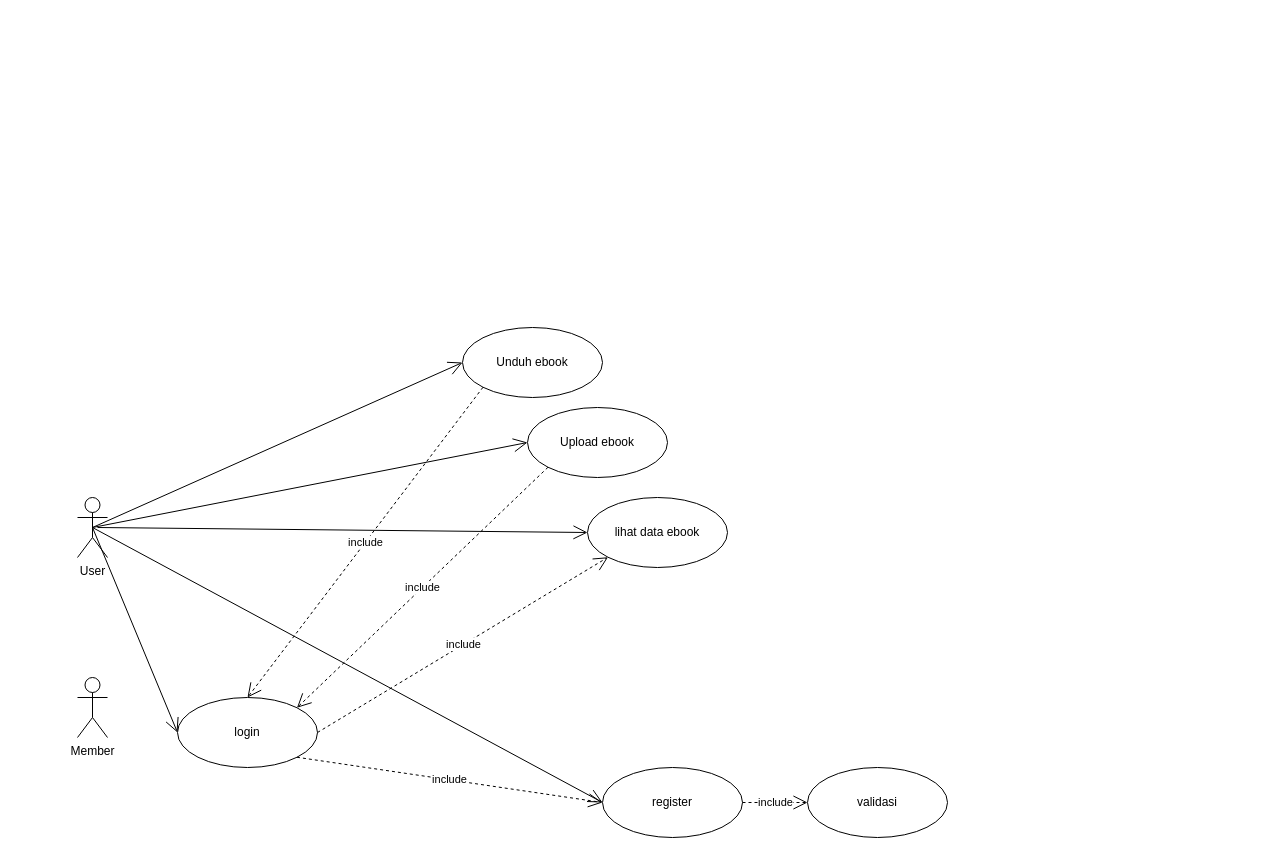
zaenal-abidin-syah/diagram keeps this draw.io diagram as Use Case ebshare.drawio. Above is the earlier version. Source tidied: cells renumbered, new cells numbered last; positions are measured from the earlier drawing's top-left corner, leaving out a move shared by most shapes. Both pictures are drawn from the tidied source at 100%, with x=0, y=0 at pixel (77, 327).
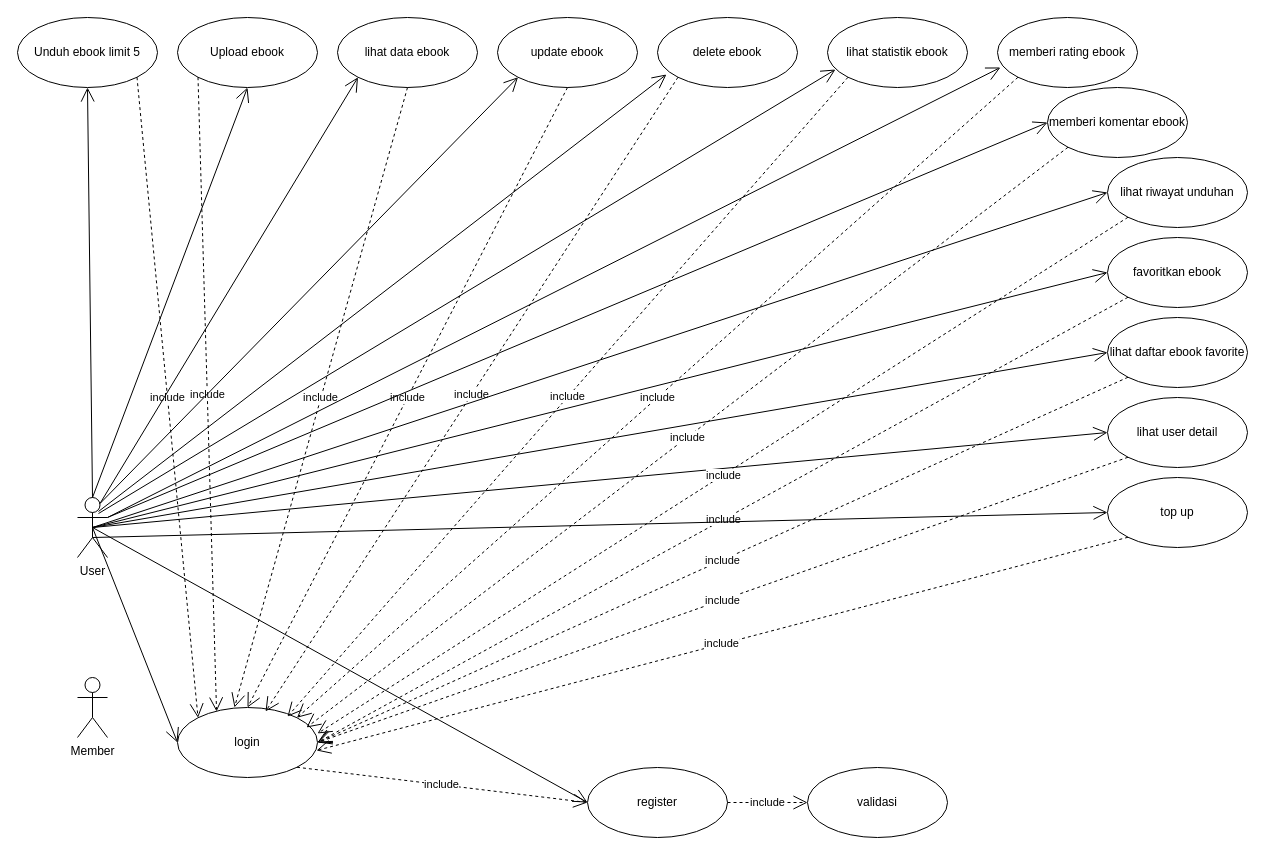
The same diagram, later.

Unchanged cells that the change refers to:
```xml
<mxCell id="2" value="User" style="shape=umlActor;verticalLabelPosition=bottom;verticalAlign=top;html=1;" parent="1" vertex="1">
  <mxGeometry y="170" width="30" height="60" as="geometry" />
</mxCell>
```

Change to the diagram source:
```diff
@@
-    <mxCell id="3" value="Unduh ebook" style="ellipse;whiteSpace=wrap;html=1;" parent="1" vertex="1">
-      <mxGeometry x="385" width="140" height="70" as="geometry" />
+    <mxCell id="3" value="Unduh ebook limit 5" style="ellipse;whiteSpace=wrap;html=1;" parent="1" vertex="1">
+      <mxGeometry x="-60" y="-310" width="140" height="70" as="geometry" />
     </mxCell>
     <mxCell id="4" value="Upload&lt;span style=&quot;background-color: initial;&quot;&gt;&amp;nbsp;ebook&lt;/span&gt;" style="ellipse;whiteSpace=wrap;html=1;" parent="1" vertex="1">
-      <mxGeometry x="450" y="80" width="140" height="70" as="geometry" />
+      <mxGeometry x="100" y="-310" width="140" height="70" as="geometry" />
     </mxCell>
@@
     <mxCell id="6" value="login" style="ellipse;whiteSpace=wrap;html=1;" parent="1" vertex="1">
-      <mxGeometry x="100" y="370" width="140" height="70" as="geometry" />
+      <mxGeometry x="100" y="380" width="140" height="70" as="geometry" />
     </mxCell>
-    <mxCell id="7" style="endArrow=open;endFill=1;endSize=12;html=1;rounded=0;exitX=0.5;exitY=0.5;exitDx=0;exitDy=0;exitPerimeter=0;entryX=0;entryY=0.5;entryDx=0;entryDy=0;" parent="1" edge="1" source="2" target="3">
+    <mxCell id="7" style="endArrow=open;endFill=1;endSize=12;html=1;rounded=0;exitX=0.5;exitY=0;exitDx=0;exitDy=0;exitPerimeter=0;entryX=0.5;entryY=1;entryDx=0;entryDy=0;" parent="1" edge="1" source="2" target="3">
       <mxGeometry relative="1" as="geometry" />
     </mxCell>
     <mxCell id="8" value="register" style="ellipse;whiteSpace=wrap;html=1;" parent="1" vertex="1">
-      <mxGeometry x="525" y="440" width="140" height="70" as="geometry" />
+      <mxGeometry x="510" y="440" width="140" height="70" as="geometry" />
     </mxCell>
@@
-    <mxCell id="11" value="include" style="endArrow=open;endSize=12;dashed=1;html=1;rounded=0;exitX=0;exitY=1;exitDx=0;exitDy=0;entryX=0.5;entryY=0;entryDx=0;entryDy=0;" parent="1" edge="1" source="3" target="6">
+    <mxCell id="11" value="include" style="endArrow=open;endSize=12;dashed=1;html=1;rounded=0;exitX=1;exitY=1;exitDx=0;exitDy=0;entryX=0;entryY=0;entryDx=0;entryDy=0;" parent="1" edge="1" source="3" target="6">
       <mxGeometry relative="1" as="geometry" />
     </mxCell>
-    <mxCell id="12" style="endArrow=open;endFill=1;endSize=12;html=1;rounded=0;exitX=0.5;exitY=0.5;exitDx=0;exitDy=0;exitPerimeter=0;entryX=0;entryY=0.5;entryDx=0;entryDy=0;" parent="1" edge="1" source="2" target="4">
+    <mxCell id="12" style="endArrow=open;endFill=1;endSize=12;html=1;rounded=0;exitX=0.5;exitY=0;exitDx=0;exitDy=0;exitPerimeter=0;entryX=0.5;entryY=1;entryDx=0;entryDy=0;" parent="1" edge="1" source="2" target="4">
       <mxGeometry relative="1" as="geometry" />
     </mxCell>
-    <mxCell id="13" value="include" style="endArrow=open;endSize=12;dashed=1;html=1;rounded=0;exitX=0;exitY=1;exitDx=0;exitDy=0;entryX=1;entryY=0;entryDx=0;entryDy=0;" parent="1" edge="1" source="4" target="6">
+    <mxCell id="13" value="include" style="endArrow=open;endSize=12;dashed=1;html=1;rounded=0;exitX=0;exitY=1;exitDx=0;exitDy=0;entryX=0.279;entryY=0.057;entryDx=0;entryDy=0;entryPerimeter=0;" parent="1" edge="1" source="4" target="6">
       <mxGeometry relative="1" as="geometry" />
     </mxCell>
@@
     <mxCell id="17" value="lihat data ebook" style="ellipse;whiteSpace=wrap;html=1;" parent="1" vertex="1">
-      <mxGeometry x="510" y="170" width="140" height="70" as="geometry" />
+      <mxGeometry x="260" y="-310" width="140" height="70" as="geometry" />
     </mxCell>
-    <mxCell id="18" style="endArrow=open;endFill=1;endSize=12;html=1;rounded=0;entryX=0;entryY=0.5;entryDx=0;entryDy=0;" parent="1" edge="1" target="17">
-      <mxGeometry relative="1" as="geometry">
-        <mxPoint x="20" y="200" as="sourcePoint" />
-      </mxGeometry>
+    <mxCell id="18" style="endArrow=open;endFill=1;endSize=12;html=1;rounded=0;entryX=0;entryY=1;entryDx=0;entryDy=0;exitX=0.75;exitY=0.1;exitDx=0;exitDy=0;exitPerimeter=0;" parent="1" edge="1" source="2" target="17">
+      <mxGeometry relative="1" as="geometry" />
     </mxCell>
-    <mxCell id="19" value="include" style="endArrow=open;endSize=12;dashed=1;html=1;rounded=0;exitX=1;exitY=0.5;exitDx=0;exitDy=0;entryX=0;entryY=1;entryDx=0;entryDy=0;" parent="1" edge="1" source="6" target="17">
+    <mxCell id="19" value="include" style="endArrow=open;endSize=12;dashed=1;html=1;rounded=0;exitX=0.5;exitY=1;exitDx=0;exitDy=0;entryX=0.407;entryY=0;entryDx=0;entryDy=0;entryPerimeter=0;" parent="1" edge="1" source="17" target="6">
       <mxGeometry relative="1" as="geometry" />
     </mxCell>
+    <mxCell id="20" value="lihat user detail" style="ellipse;whiteSpace=wrap;html=1;" parent="1" vertex="1">
+      <mxGeometry x="1030" y="70" width="140" height="70" as="geometry" />
+    </mxCell>
+    <mxCell id="21" style="endArrow=open;endFill=1;endSize=12;html=1;rounded=0;entryX=0;entryY=0.5;entryDx=0;entryDy=0;exitX=0.5;exitY=0.5;exitDx=0;exitDy=0;exitPerimeter=0;" parent="1" edge="1" source="2" target="20">
+      <mxGeometry relative="1" as="geometry" />
+    </mxCell>
+    <mxCell id="22" value="include" style="endArrow=open;endSize=12;dashed=1;html=1;rounded=0;exitX=0;exitY=1;exitDx=0;exitDy=0;entryX=1;entryY=0.5;entryDx=0;entryDy=0;" parent="1" edge="1" source="20" target="6">
+      <mxGeometry relative="1" as="geometry" />
+    </mxCell>
+    <mxCell id="23" value="update ebook" style="ellipse;whiteSpace=wrap;html=1;" parent="1" vertex="1">
+      <mxGeometry x="420" y="-310" width="140" height="70" as="geometry" />
+    </mxCell>
+    <mxCell id="24" style="endArrow=open;endFill=1;endSize=12;html=1;rounded=0;entryX=0;entryY=1;entryDx=0;entryDy=0;exitX=0.75;exitY=0.1;exitDx=0;exitDy=0;exitPerimeter=0;" parent="1" edge="1" source="2" target="23">
+      <mxGeometry relative="1" as="geometry" />
+    </mxCell>
+    <mxCell id="25" value="include" style="endArrow=open;endSize=12;dashed=1;html=1;rounded=0;exitX=0.5;exitY=1;exitDx=0;exitDy=0;entryX=0.5;entryY=0;entryDx=0;entryDy=0;" parent="1" edge="1" source="23" target="6">
+      <mxGeometry relative="1" as="geometry" />
+    </mxCell>
+    <mxCell id="26" value="delete ebook" style="ellipse;whiteSpace=wrap;html=1;" parent="1" vertex="1">
+      <mxGeometry x="580" y="-310" width="140" height="70" as="geometry" />
+    </mxCell>
+    <mxCell id="27" style="endArrow=open;endFill=1;endSize=12;html=1;rounded=0;entryX=0.064;entryY=0.814;entryDx=0;entryDy=0;exitX=0.7;exitY=0.233;exitDx=0;exitDy=0;exitPerimeter=0;entryPerimeter=0;" parent="1" edge="1" source="2" target="26">
+      <mxGeometry relative="1" as="geometry" />
+    </mxCell>
+    <mxCell id="28" value="include" style="endArrow=open;endSize=12;dashed=1;html=1;rounded=0;exitX=0;exitY=1;exitDx=0;exitDy=0;entryX=0.629;entryY=0.057;entryDx=0;entryDy=0;entryPerimeter=0;" parent="1" edge="1" source="26" target="6">
+      <mxGeometry relative="1" as="geometry" />
+    </mxCell>
+    <mxCell id="29" value="lihat statistik ebook" style="ellipse;whiteSpace=wrap;html=1;" parent="1" vertex="1">
+      <mxGeometry x="750" y="-310" width="140" height="70" as="geometry" />
+    </mxCell>
+    <mxCell id="30" style="endArrow=open;endFill=1;endSize=12;html=1;rounded=0;entryX=0.057;entryY=0.743;entryDx=0;entryDy=0;exitX=0.7;exitY=0.267;exitDx=0;exitDy=0;exitPerimeter=0;entryPerimeter=0;" parent="1" edge="1" source="2" target="29">
+      <mxGeometry relative="1" as="geometry" />
+    </mxCell>
+    <mxCell id="31" value="include" style="endArrow=open;endSize=12;dashed=1;html=1;rounded=0;exitX=0;exitY=1;exitDx=0;exitDy=0;entryX=0.786;entryY=0.129;entryDx=0;entryDy=0;entryPerimeter=0;" parent="1" edge="1" source="29" target="6">
+      <mxGeometry relative="1" as="geometry" />
+    </mxCell>
+    <mxCell id="32" value="memberi rating ebook" style="ellipse;whiteSpace=wrap;html=1;" parent="1" vertex="1">
+      <mxGeometry x="920" y="-310" width="140" height="70" as="geometry" />
+    </mxCell>
+    <mxCell id="33" style="endArrow=open;endFill=1;endSize=12;html=1;rounded=0;entryX=0.021;entryY=0.714;entryDx=0;entryDy=0;exitX=1;exitY=0.3333333333333333;exitDx=0;exitDy=0;exitPerimeter=0;entryPerimeter=0;" parent="1" edge="1" source="2" target="32">
+      <mxGeometry relative="1" as="geometry" />
+    </mxCell>
+    <mxCell id="34" value="include" style="endArrow=open;endSize=12;dashed=1;html=1;rounded=0;exitX=0;exitY=1;exitDx=0;exitDy=0;entryX=1;entryY=0;entryDx=0;entryDy=0;" parent="1" edge="1" source="32" target="6">
+      <mxGeometry relative="1" as="geometry" />
+    </mxCell>
+    <mxCell id="35" value="lihat riwayat unduhan" style="ellipse;whiteSpace=wrap;html=1;" parent="1" vertex="1">
+      <mxGeometry x="1030" y="-170" width="140" height="70" as="geometry" />
+    </mxCell>
+    <mxCell id="36" style="endArrow=open;endFill=1;endSize=12;html=1;rounded=0;entryX=0;entryY=0.5;entryDx=0;entryDy=0;exitX=0.5;exitY=0.5;exitDx=0;exitDy=0;exitPerimeter=0;" parent="1" edge="1" source="2" target="35">
+      <mxGeometry relative="1" as="geometry" />
+    </mxCell>
+    <mxCell id="37" value="include" style="endArrow=open;endSize=12;dashed=1;html=1;rounded=0;exitX=0;exitY=1;exitDx=0;exitDy=0;entryX=1;entryY=0.371;entryDx=0;entryDy=0;entryPerimeter=0;" parent="1" edge="1" source="35" target="6">
+      <mxGeometry relative="1" as="geometry" />
+    </mxCell>
+    <mxCell id="38" value="memberi komentar ebook" style="ellipse;whiteSpace=wrap;html=1;" parent="1" vertex="1">
+      <mxGeometry x="970" y="-240" width="140" height="70" as="geometry" />
+    </mxCell>
+    <mxCell id="39" style="endArrow=open;endFill=1;endSize=12;html=1;rounded=0;entryX=0;entryY=0.5;entryDx=0;entryDy=0;" parent="1" edge="1" target="38">
+      <mxGeometry relative="1" as="geometry">
+        <mxPoint x="30" y="190" as="sourcePoint" />
+      </mxGeometry>
+    </mxCell>
+    <mxCell id="40" value="include" style="endArrow=open;endSize=12;dashed=1;html=1;rounded=0;exitX=0;exitY=1;exitDx=0;exitDy=0;entryX=1;entryY=0;entryDx=0;entryDy=0;" parent="1" edge="1" source="38">
+      <mxGeometry relative="1" as="geometry">
+        <mxPoint x="229" y="400" as="targetPoint" />
+      </mxGeometry>
+    </mxCell>
+    <mxCell id="41" value="favoritkan ebook" style="ellipse;whiteSpace=wrap;html=1;" parent="1" vertex="1">
+      <mxGeometry x="1030" y="-90" width="140" height="70" as="geometry" />
+    </mxCell>
+    <mxCell id="42" style="endArrow=open;endFill=1;endSize=12;html=1;rounded=0;entryX=0;entryY=0.5;entryDx=0;entryDy=0;exitX=0.5;exitY=0.5;exitDx=0;exitDy=0;exitPerimeter=0;" parent="1" edge="1" source="2" target="41">
+      <mxGeometry relative="1" as="geometry" />
+    </mxCell>
+    <mxCell id="43" value="include" style="endArrow=open;endSize=12;dashed=1;html=1;rounded=0;exitX=0;exitY=1;exitDx=0;exitDy=0;entryX=1;entryY=0.5;entryDx=0;entryDy=0;" parent="1" edge="1" source="41" target="6">
+      <mxGeometry relative="1" as="geometry" />
+    </mxCell>
+    <mxCell id="44" value="lihat daftar ebook favorite" style="ellipse;whiteSpace=wrap;html=1;" parent="1" vertex="1">
+      <mxGeometry x="1030" y="-10" width="140" height="70" as="geometry" />
+    </mxCell>
+    <mxCell id="45" style="endArrow=open;endFill=1;endSize=12;html=1;rounded=0;entryX=0;entryY=0.5;entryDx=0;entryDy=0;exitX=0.5;exitY=0.5;exitDx=0;exitDy=0;exitPerimeter=0;" parent="1" edge="1" source="2" target="44">
+      <mxGeometry relative="1" as="geometry" />
+    </mxCell>
+    <mxCell id="46" value="include" style="endArrow=open;endSize=12;dashed=1;html=1;rounded=0;exitX=0;exitY=1;exitDx=0;exitDy=0;entryX=1;entryY=0.5;entryDx=0;entryDy=0;" parent="1" edge="1" source="44" target="6">
+      <mxGeometry relative="1" as="geometry" />
+    </mxCell>
+    <mxCell id="47" value="top up" style="ellipse;whiteSpace=wrap;html=1;" parent="1" vertex="1">
+      <mxGeometry x="1030" y="150" width="140" height="70" as="geometry" />
+    </mxCell>
+    <mxCell id="48" style="endArrow=open;endFill=1;endSize=12;html=1;rounded=0;entryX=0;entryY=0.5;entryDx=0;entryDy=0;exitX=0.5;exitY=0.667;exitDx=0;exitDy=0;exitPerimeter=0;" parent="1" edge="1" source="2" target="47">
+      <mxGeometry relative="1" as="geometry" />
+    </mxCell>
+    <mxCell id="49" value="include" style="endArrow=open;endSize=12;dashed=1;html=1;rounded=0;exitX=0;exitY=1;exitDx=0;exitDy=0;entryX=0.993;entryY=0.614;entryDx=0;entryDy=0;entryPerimeter=0;" parent="1" edge="1" source="47" target="6">
+      <mxGeometry relative="1" as="geometry" />
+    </mxCell>
```
